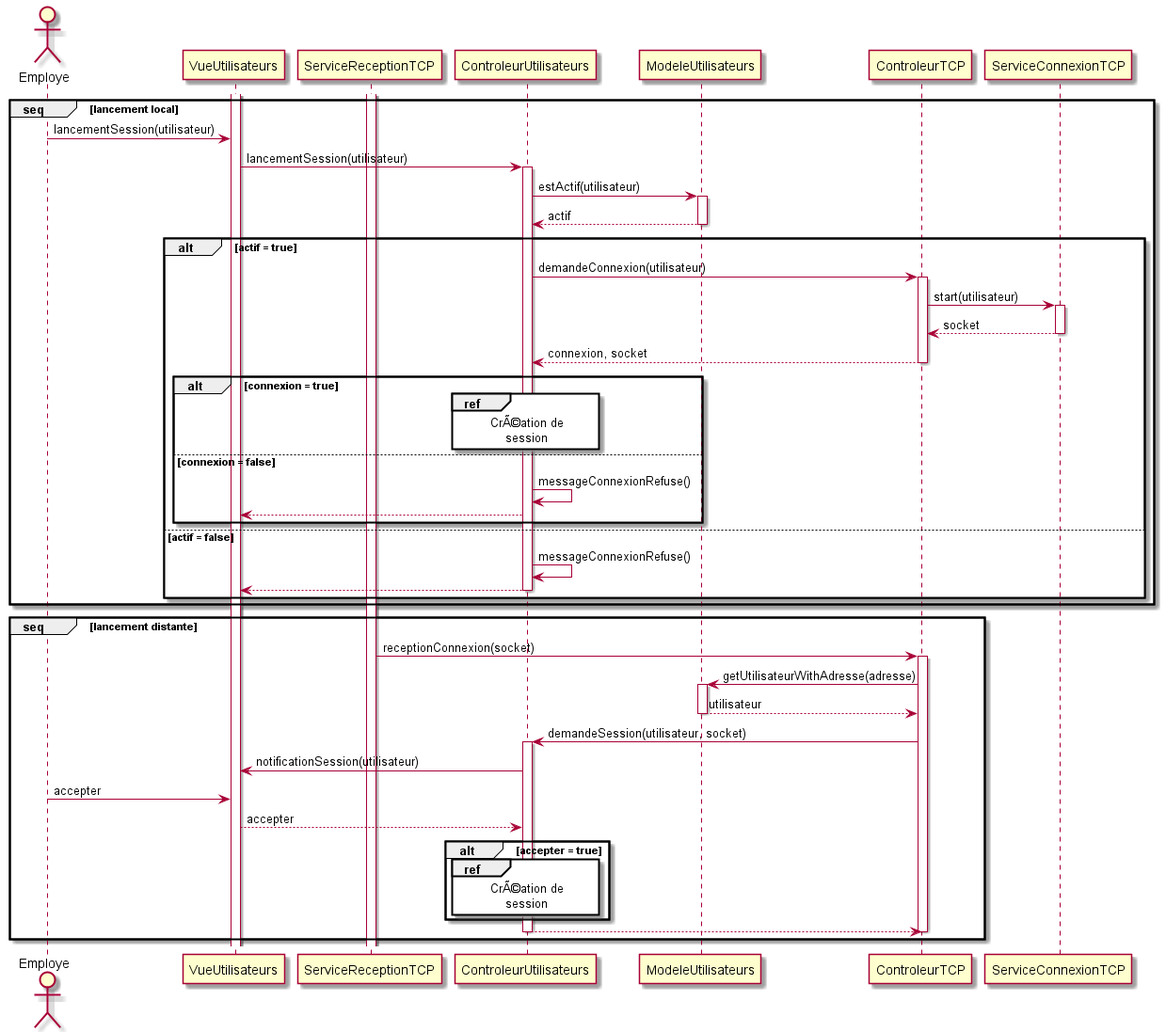
Above: sequence/lancement_session.png in arc-hugo/clavardage_uml (PlantUML), before the change. The source it was exported from:
```plantuml
@startuml lancement_session
actor Employe
activate VueUtilisateurs
activate ServiceReceptionTCP
group seq [lancement local]
    Employe -> VueUtilisateurs : lancementSession(utilisateur)
    VueUtilisateurs -> ControleurUtilisateurs : lancementSession(utilisateur)
    activate ControleurUtilisateurs
    ControleurUtilisateurs -> ModeleUtilisateurs : estActif(utilisateur)
    activate ModeleUtilisateurs
    ModeleUtilisateurs --> ControleurUtilisateurs : actif
    deactivate ModeleUtilisateurs
    alt actif = true
        ControleurUtilisateurs -> ControleurTCP : demandeConnexion(utilisateur)
        activate ControleurTCP
        ControleurTCP -> ServiceConnexionTCP : start(utilisateur)
        activate ServiceConnexionTCP
        ServiceConnexionTCP --> ControleurTCP : socket
        deactivate ServiceConnexionTCP
        ControleurTCP --> ControleurUtilisateurs : connexion, socket
        deactivate ControleurTCP
        alt connexion = true
            ref over ControleurUtilisateurs
                CrÃ©ation de
                    session
            end ref
        else connexion = false
            ControleurUtilisateurs -> ControleurUtilisateurs : messageConnexionRefuse()
            ControleurUtilisateurs --> VueUtilisateurs
        end
    else actif = false
        ControleurUtilisateurs -> ControleurUtilisateurs : messageConnexionRefuse()
        ControleurUtilisateurs --> VueUtilisateurs
        deactivate ControleurUtilisateurs
    end
end
group seq [lancement distante]
    ServiceReceptionTCP -> ControleurTCP : receptionConnexion(socket)
    activate ControleurTCP
    ControleurTCP -> ModeleUtilisateurs : getUtilisateurWithAdresse(adresse)
    activate ModeleUtilisateurs
    ModeleUtilisateurs --> ControleurTCP : utilisateur
    deactivate ModeleUtilisateurs
    ControleurTCP -> ControleurUtilisateurs : demandeSession(utilisateur, socket)
    activate ControleurUtilisateurs
    ControleurUtilisateurs -> VueUtilisateurs : notificationSession(utilisateur)
    Employe -> VueUtilisateurs : accepter
    VueUtilisateurs --> ControleurUtilisateurs : accepter
    alt accepter = true
        ref over ControleurUtilisateurs
            CrÃ©ation de
                session
        end ref
    end
    ControleurUtilisateurs --> ControleurTCP
    deactivate ControleurUtilisateurs
    deactivate ControleurTCP
end
@enduml
```
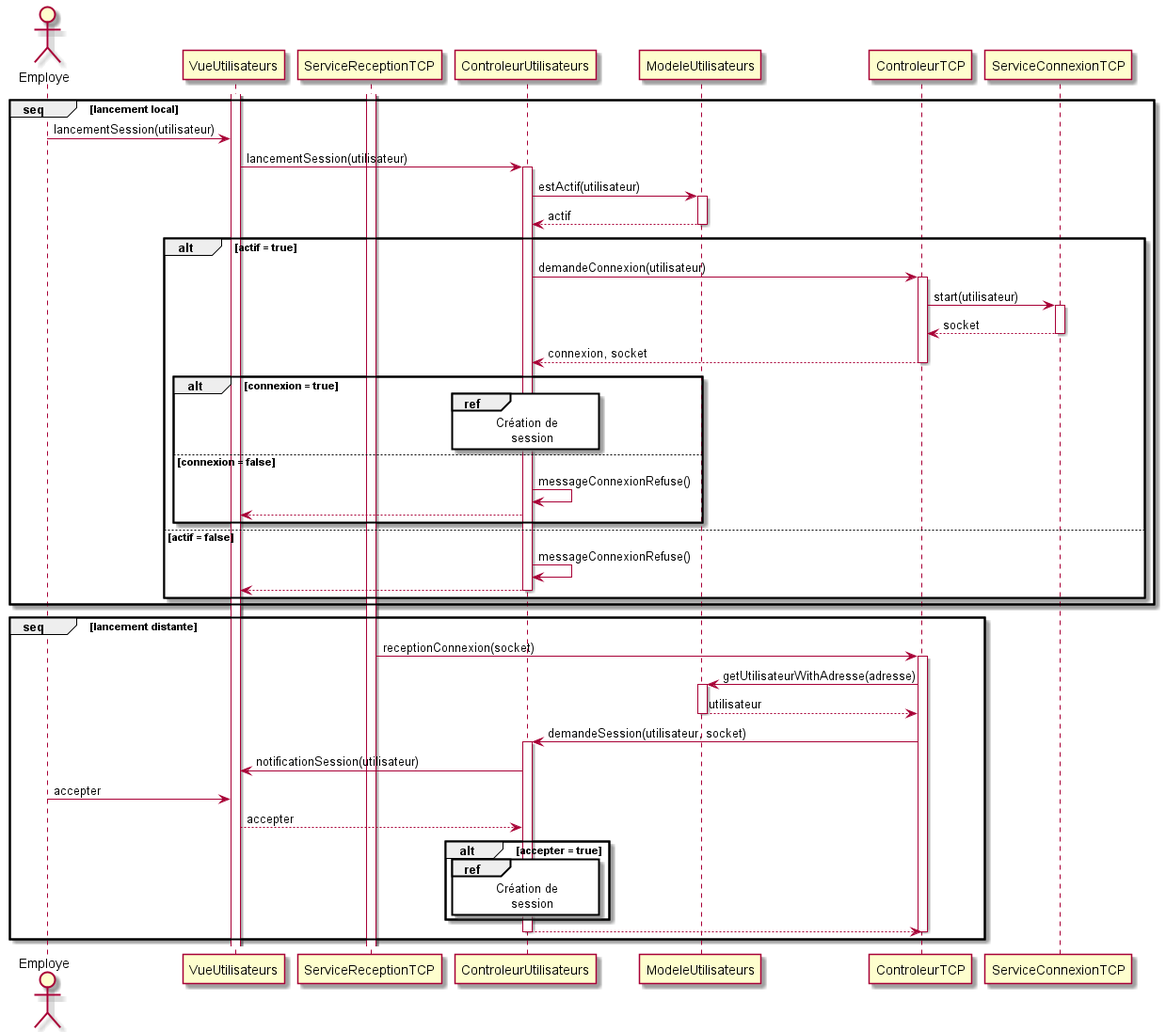
After the change.

Commit message:
passage utf-8

Change to the diagram source:
```diff
@@ -21,7 +21,7 @@
         deactivate ControleurTCP
         alt connexion = true
             ref over ControleurUtilisateurs
-                CrÃ©ation de
+                Création de
                     session
             end ref
         else connexion = false
@@ -48,7 +48,7 @@
     VueUtilisateurs --> ControleurUtilisateurs : accepter
     alt accepter = true
         ref over ControleurUtilisateurs
-            CrÃ©ation de
+            Création de
                 session
         end ref
     end
```
